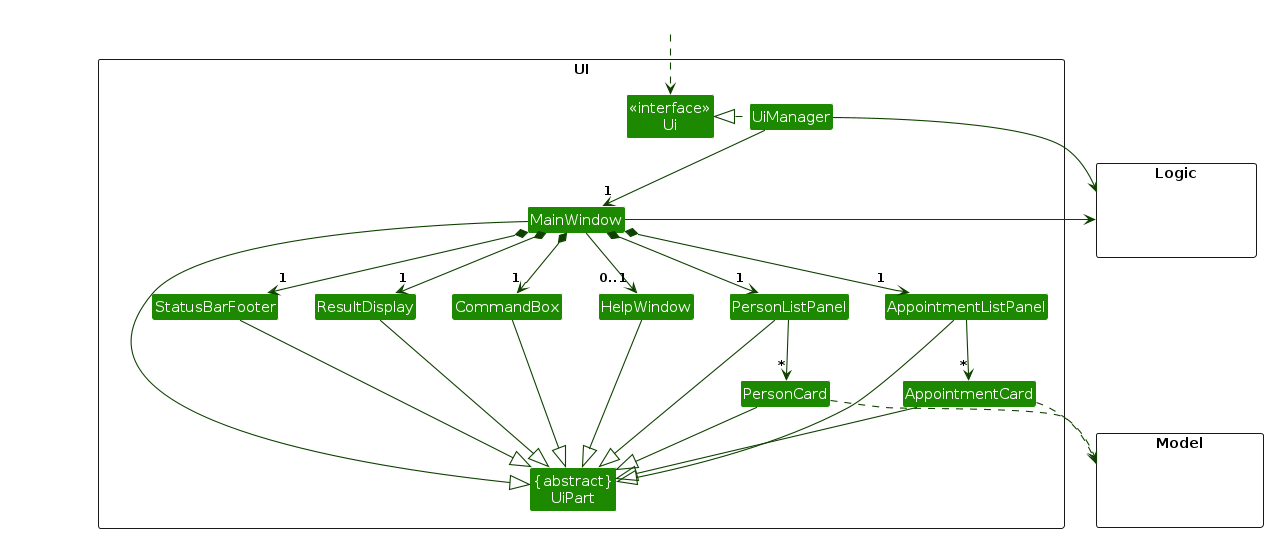
Before: diagrams/UiClassDiagram.png, a diagram exported from PlantUML (AY2425S1-CS2103T-T15-3/tp). Its source is kept beside it as diagrams/UiClassDiagram.puml.
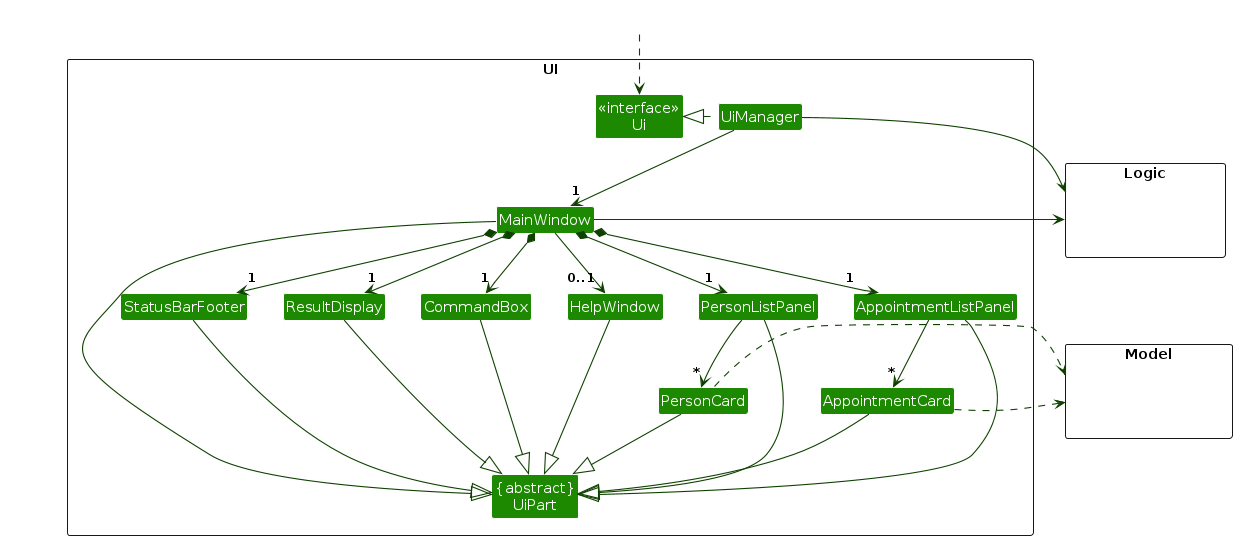
Later version of the same file.

What changed in the source:
```diff
@@ -57,6 +57,8 @@
 AppointmentCard ..> Model
 UiManager -right-> Logic
 MainWindow -left-> Logic
+PersonListPanel -[hidden]down->PersonCard
+PersonCard -[hidden]left->Model
 
 PersonListPanel -[hidden]left- HelpWindow
 HelpWindow -[hidden]left- CommandBox
```
